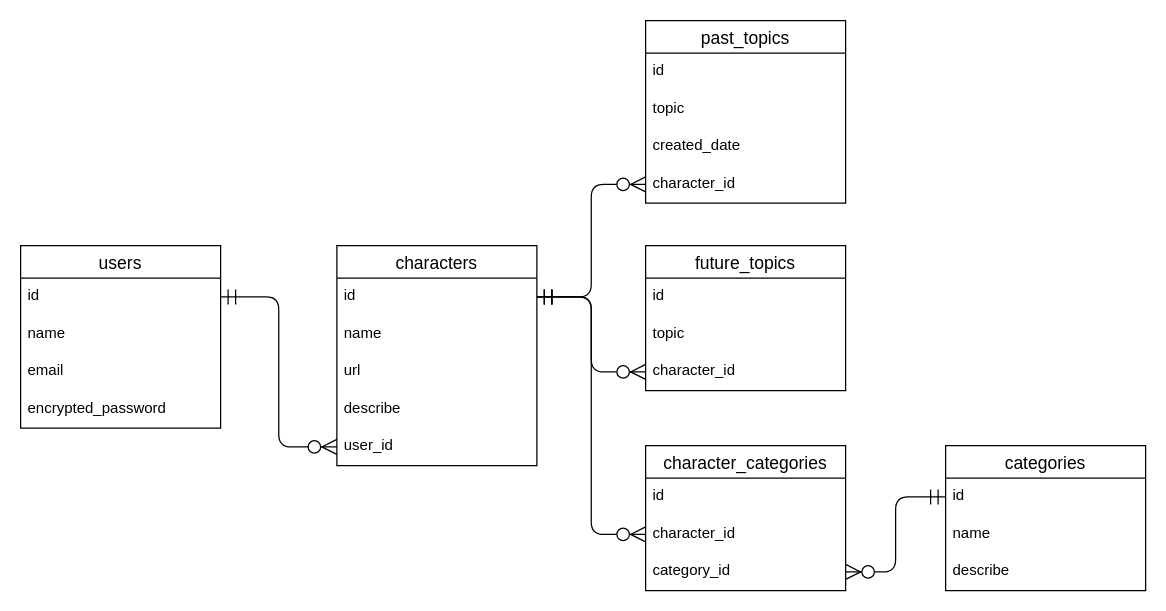
This is tables.drawio from yoma2003/topic_stocker, a draw.io file, before an edit. Source tidied: cells renumbered, new cells numbered last; positions are measured from the earlier drawing's top-left corner, leaving out a move shared by most shapes. Both pictures are drawn from the tidied source at 125%, with x=0, y=0 at pixel (20, 20).
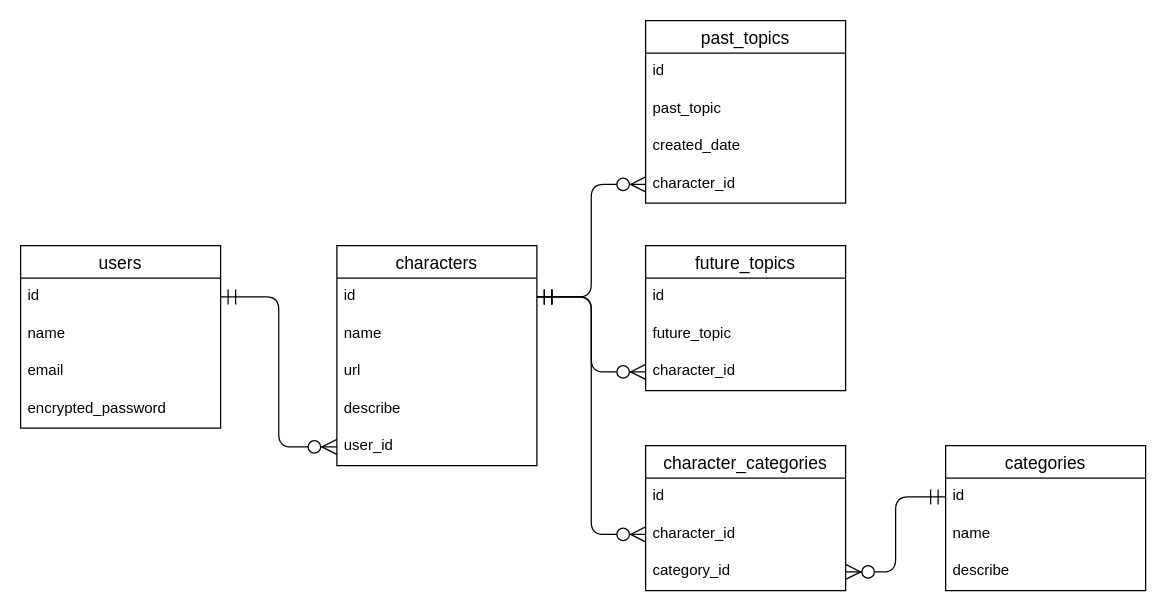
The same diagram, later.

The change refers to these unchanged cells:
```xml
<mxCell id="13" value="past_topics" style="swimlane;fontStyle=0;horizontal=1;startSize=26;align=center;fontSize=14;" parent="1" vertex="1">
  <mxGeometry x="500" width="160" height="146" as="geometry" />
</mxCell>
<mxCell id="18" value="future_topics" style="swimlane;fontStyle=0;horizontal=1;startSize=26;align=center;fontSize=14;" parent="1" vertex="1">
  <mxGeometry x="500" y="180" width="160" height="116" as="geometry" />
</mxCell>
```

Diff of the diagram source:
```diff
@@
-    <mxCell id="15" value="topic" style="text;strokeColor=none;fillColor=none;spacingLeft=4;spacingRight=4;overflow=hidden;fontSize=12;" parent="13" vertex="1">
+    <mxCell id="15" value="past_topic" style="text;strokeColor=none;fillColor=none;spacingLeft=4;spacingRight=4;overflow=hidden;fontSize=12;" parent="13" vertex="1">
       <mxGeometry y="56" width="160" height="30" as="geometry" />
     </mxCell>
@@
-    <mxCell id="20" value="topic" style="text;strokeColor=none;fillColor=none;spacingLeft=4;spacingRight=4;overflow=hidden;fontSize=12;" parent="18" vertex="1">
+    <mxCell id="20" value="future_topic" style="text;strokeColor=none;fillColor=none;spacingLeft=4;spacingRight=4;overflow=hidden;fontSize=12;" parent="18" vertex="1">
       <mxGeometry y="56" width="160" height="30" as="geometry" />
     </mxCell>
```
